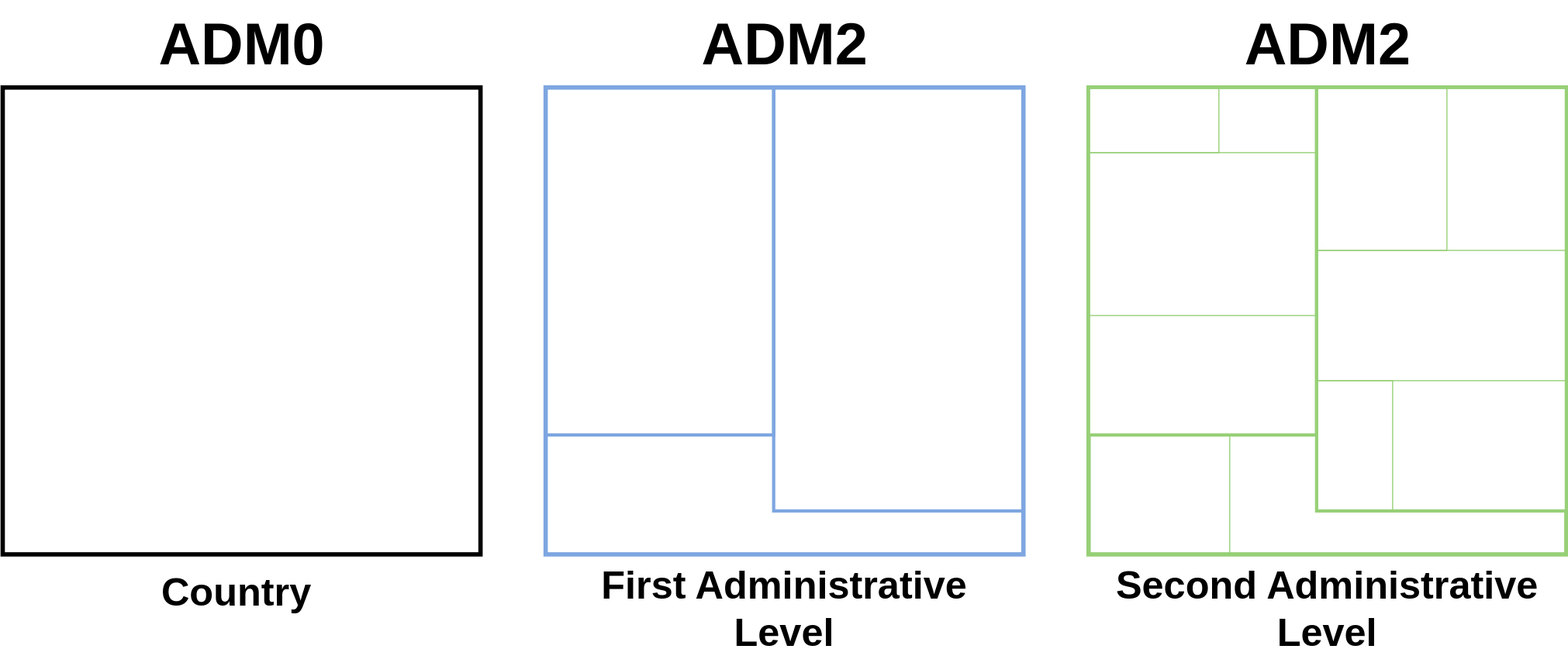
Before: vignettes/ADM_explanation.svg, a diagram exported from draw.io (IM-Data-PAHO/pahoabc). Source tidied: cells renumbered, new cells last; positions are measured from the earlier drawing's top-left corner, leaving out a move shared by most shapes.
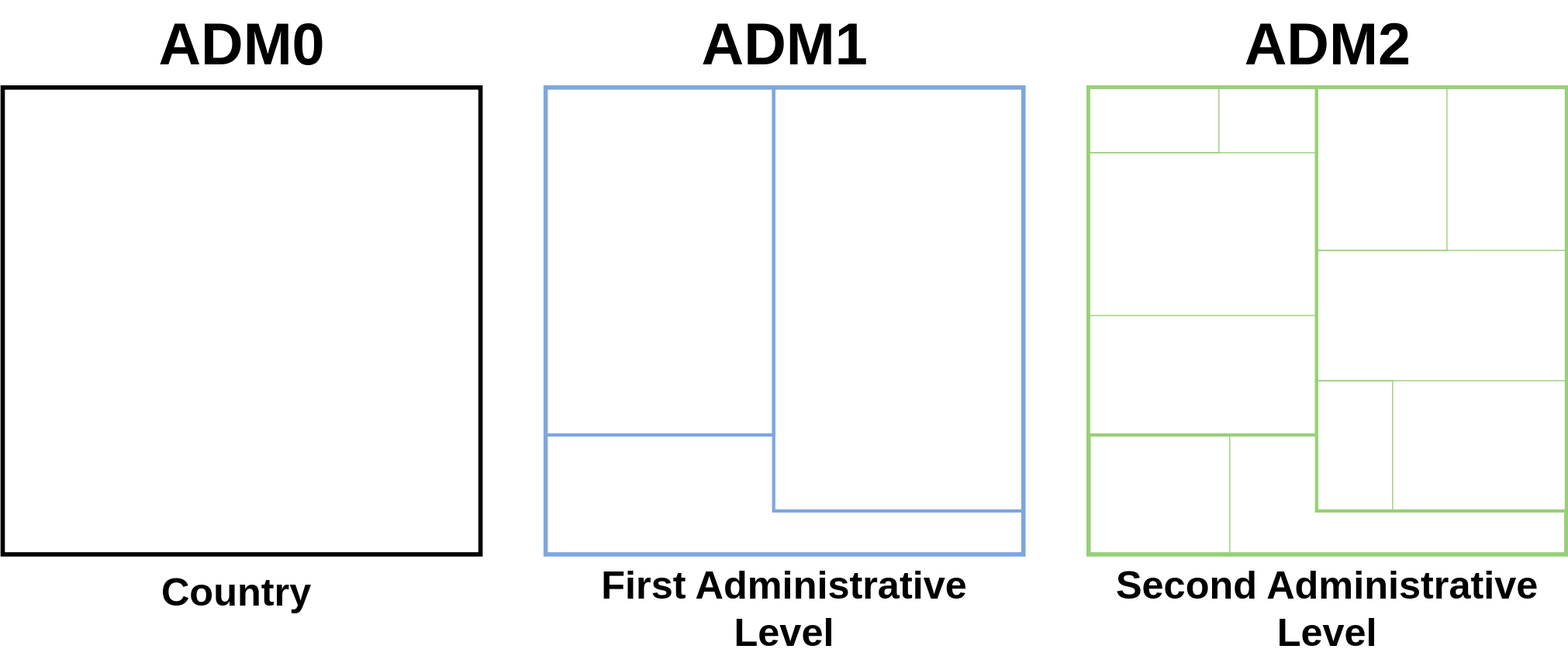
Above is the later version.

Commit message:
Fix ADM explanation figure

Diff of the diagram source:
```diff
@@ -44,7 +44,7 @@
     <mxCell id="15" value="&lt;b&gt;&lt;font style=&quot;font-size: 54px;&quot;&gt;ADM0&lt;/font&gt;&lt;/b&gt;" style="text;html=1;align=center;verticalAlign=middle;whiteSpace=wrap;rounded=0;" parent="1" vertex="1">
       <mxGeometry x="117.5" width="205" height="80" as="geometry" />
     </mxCell>
-    <mxCell id="16" value="&lt;b&gt;&lt;font style=&quot;font-size: 54px;&quot;&gt;ADM2&lt;/font&gt;&lt;/b&gt;" style="text;html=1;align=center;verticalAlign=middle;whiteSpace=wrap;rounded=0;" parent="1" vertex="1">
+    <mxCell id="16" value="&lt;b&gt;&lt;font style=&quot;font-size: 54px;&quot;&gt;ADM1&lt;/font&gt;&lt;/b&gt;" style="text;html=1;align=center;verticalAlign=middle;whiteSpace=wrap;rounded=0;" parent="1" vertex="1">
       <mxGeometry x="617.5" width="205" height="80" as="geometry" />
     </mxCell>
     <mxCell id="17" value="&lt;b&gt;&lt;font style=&quot;font-size: 54px;&quot;&gt;ADM2&lt;/font&gt;&lt;/b&gt;" style="text;html=1;align=center;verticalAlign=middle;whiteSpace=wrap;rounded=0;" parent="1" vertex="1">
```
